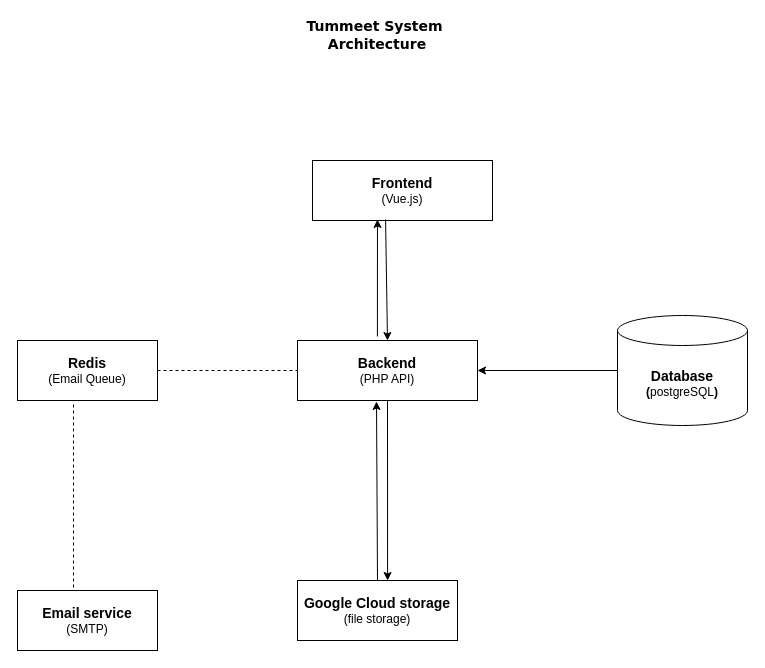
Before: page "Page-1" (1 of 4) of Untitled Diagram.drawio in kiavin/auth_pages, a draw.io diagram. Source tidied: cells renumbered, new cells numbered last; positions are measured from the earlier drawing's top-left corner, leaving out a move shared by most shapes. Both pictures are drawn from the tidied source at 100%, with x=0, y=0 at pixel (17, 20).
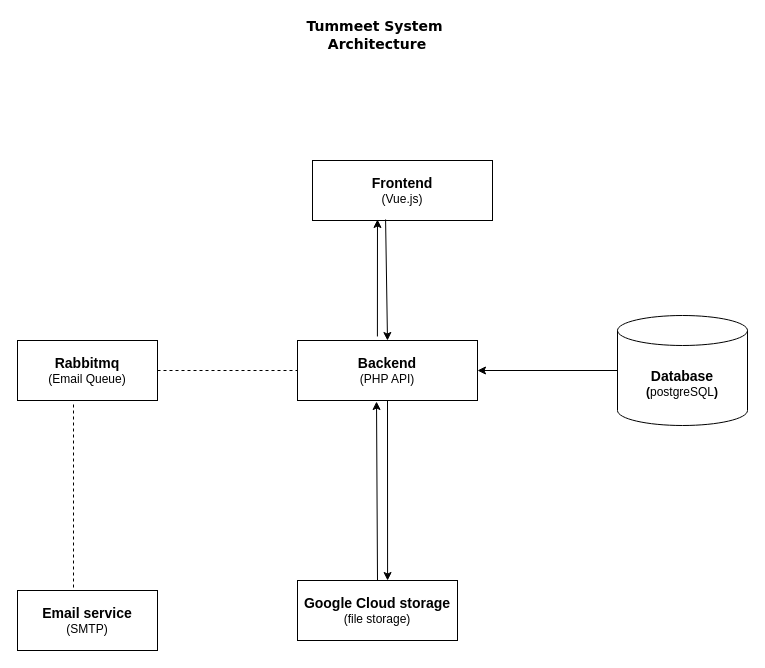
The same diagram, later.

Diff of the diagram source:
```diff
@@
 <mxGraphModel background="#ffffff">
   <root>
     <mxCell id="0" />
     <mxCell id="1" parent="0" />
     <mxCell id="2" value="&lt;div&gt;&lt;b&gt;&lt;font style=&quot;font-size: 14px;&quot;&gt;Frontend&lt;/font&gt;&lt;/b&gt;&lt;/div&gt;&lt;div&gt;(Vue.js)&lt;/div&gt;" style="rounded=0;whiteSpace=wrap;html=1;" parent="1" vertex="1">
       <mxGeometry x="295" y="140" width="180" height="60" as="geometry" />
     </mxCell>
     <mxCell id="3" value="&lt;div&gt;&lt;font style=&quot;font-size: 14px;&quot;&gt;Backend&lt;/font&gt;&lt;/div&gt;&lt;div&gt;&lt;span style=&quot;font-weight: normal;&quot;&gt;(PHP API)&lt;/span&gt;&lt;/div&gt;" style="rounded=0;whiteSpace=wrap;html=1;fontStyle=1;" parent="1" vertex="1">
       <mxGeometry x="280" y="320" width="180" height="60" as="geometry" />
     </mxCell>
     <mxCell id="4" value="&lt;div&gt;&lt;font style=&quot;font-size: 14px;&quot;&gt;&lt;b&gt;Google Cloud storage&lt;/b&gt;&lt;/font&gt;&lt;/div&gt;&lt;div&gt;(file storage)&lt;br&gt;&lt;/div&gt;" style="rounded=0;whiteSpace=wrap;html=1;" parent="1" vertex="1">
       <mxGeometry x="280" y="560" width="160" height="60" as="geometry" />
     </mxCell>
     <mxCell id="5" value="&lt;div&gt;&lt;font style=&quot;font-size: 14px;&quot;&gt;&lt;b&gt;Database&lt;/b&gt;&lt;/font&gt;&lt;/div&gt;&lt;div&gt;&lt;b&gt;(&lt;/b&gt;postgreSQL&lt;b&gt;)&lt;br&gt;&lt;/b&gt;&lt;/div&gt;" style="shape=cylinder3;whiteSpace=wrap;html=1;boundedLbl=1;backgroundOutline=1;size=15;" parent="1" vertex="1">
       <mxGeometry x="600" y="295" width="130" height="110" as="geometry" />
     </mxCell>
-    <mxCell id="6" value="&lt;div&gt;&lt;b&gt;&lt;font style=&quot;font-size: 14px;&quot;&gt;Redis&lt;/font&gt;&lt;/b&gt;&lt;/div&gt;&lt;div&gt;(Email Queue)&lt;br&gt;&lt;/div&gt;" style="rounded=0;whiteSpace=wrap;html=1;" parent="1" vertex="1">
+    <mxCell id="6" value="&lt;div&gt;&lt;b&gt;&lt;font style=&quot;font-size: 14px;&quot;&gt;Rabbitmq&lt;/font&gt;&lt;/b&gt;&lt;/div&gt;&lt;div&gt;(Email Queue)&lt;br&gt;&lt;/div&gt;" style="rounded=0;whiteSpace=wrap;html=1;" parent="1" vertex="1">
       <mxGeometry y="320" width="140" height="60" as="geometry" />
     </mxCell>
     <mxCell id="7" value="&lt;div&gt;&lt;font style=&quot;font-size: 14px;&quot;&gt;&lt;b&gt;Email service&lt;/b&gt;&lt;/font&gt;&lt;/div&gt;&lt;div&gt;(SMTP)&lt;br&gt;&lt;/div&gt;" style="rounded=0;whiteSpace=wrap;html=1;" parent="1" vertex="1">
       <mxGeometry y="570" width="140" height="60" as="geometry" />
     </mxCell>
     <mxCell id="8" style="endArrow=none;dashed=1;html=1;rounded=0;entryX=0;entryY=0.5;entryDx=0;entryDy=0;exitX=1;exitY=0.5;exitDx=0;exitDy=0;" parent="1" edge="1" source="6" target="3">
       <mxGeometry relative="1" as="geometry" />
     </mxCell>
     <mxCell id="9" style="endArrow=classic;html=1;rounded=0;exitX=0.444;exitY=-0.067;exitDx=0;exitDy=0;exitPerimeter=0;entryX=0.361;entryY=0.983;entryDx=0;entryDy=0;entryPerimeter=0;" parent="1" edge="1" source="3" target="2">
       <mxGeometry relative="1" as="geometry" />
     </mxCell>
     <mxCell id="10" style="endArrow=classic;html=1;rounded=0;exitX=0.406;exitY=0.983;exitDx=0;exitDy=0;exitPerimeter=0;entryX=0.5;entryY=0;entryDx=0;entryDy=0;" parent="1" edge="1" source="2" target="3">
       <mxGeometry relative="1" as="geometry" />
     </mxCell>
     <mxCell id="11" style="endArrow=classic;html=1;rounded=0;entryX=1;entryY=0.5;entryDx=0;entryDy=0;exitX=0;exitY=0.5;exitDx=0;exitDy=0;exitPerimeter=0;" parent="1" edge="1" source="5" target="3">
       <mxGeometry relative="1" as="geometry" />
     </mxCell>
     <mxCell id="12" style="endArrow=none;dashed=1;html=1;rounded=0;exitX=0.4;exitY=-0.05;exitDx=0;exitDy=0;exitPerimeter=0;entryX=0.4;entryY=1.033;entryDx=0;entryDy=0;entryPerimeter=0;" parent="1" edge="1" source="7" target="6">
       <mxGeometry relative="1" as="geometry" />
     </mxCell>
     <mxCell id="13" style="endArrow=classic;html=1;rounded=0;exitX=0.5;exitY=0;exitDx=0;exitDy=0;entryX=0.439;entryY=1.017;entryDx=0;entryDy=0;entryPerimeter=0;" parent="1" edge="1" source="4" target="3">
       <mxGeometry relative="1" as="geometry" />
     </mxCell>
     <mxCell id="14" style="endArrow=classic;html=1;rounded=0;exitX=0.5;exitY=1;exitDx=0;exitDy=0;entryX=0.563;entryY=0;entryDx=0;entryDy=0;entryPerimeter=0;" parent="1" edge="1" source="3" target="4">
       <mxGeometry relative="1" as="geometry" />
     </mxCell>
     <mxCell id="15" value="&lt;b&gt;&lt;font style=&quot;font-size: 14px;&quot; face=&quot;Verdana&quot;&gt;Tummeet System&amp;nbsp; Architecture&lt;/font&gt;&lt;font size=&quot;3&quot;&gt;&lt;br&gt;&lt;/font&gt;&lt;/b&gt;" style="text;html=1;align=center;verticalAlign=middle;whiteSpace=wrap;rounded=0;" parent="1" vertex="1">
       <mxGeometry x="245" width="230" height="30" as="geometry" />
     </mxCell>
   </root>
 </mxGraphModel>
```
